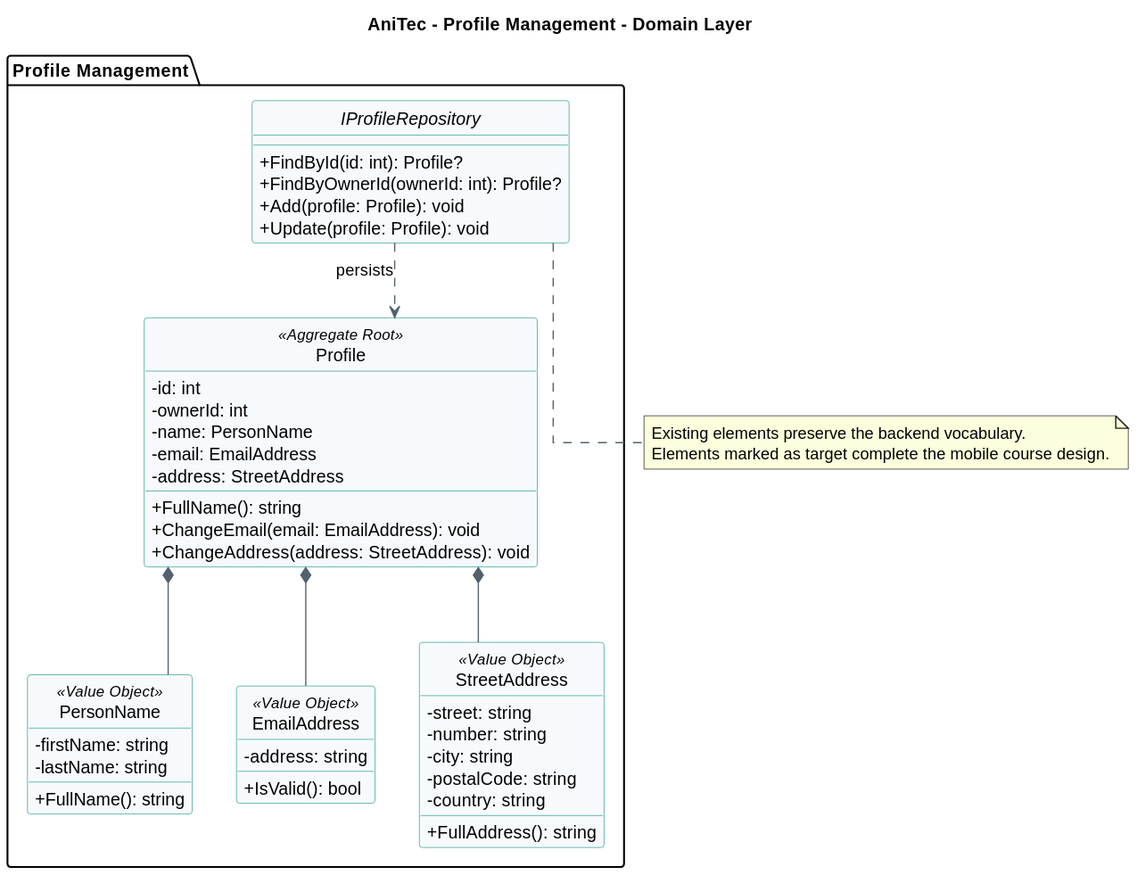
Earlier version of the PlantUML export markdown/assets/codefordiagrams/2-6-2-Bounded-Context-Profile-Management/2-6-2-domain-layer-class-diagram.svg (ADM-1ACC0238-2620-13975-Grupo01/Informe). Its diagram source:
```plantuml
@startuml
title AniTec - Profile Management - Domain Layer
hide circle
skinparam classAttributeIconSize 0
skinparam shadowing false
skinparam linetype ortho
skinparam class {
  BackgroundColor #F7FAFC
  BorderColor #2A9D8F
  ArrowColor #52616B
}

package "Profile Management" {
class Profile <<Aggregate Root>> {
  -id: int
  -ownerId: int
  -name: PersonName
  -email: EmailAddress
  -address: StreetAddress
  +FullName(): string
  +ChangeEmail(email: EmailAddress): void
  +ChangeAddress(address: StreetAddress): void
}
class PersonName <<Value Object>> {
  -firstName: string
  -lastName: string
  +FullName(): string
}
class EmailAddress <<Value Object>> {
  -address: string
  +IsValid(): bool
}
class StreetAddress <<Value Object>> {
  -street: string
  -number: string
  -city: string
  -postalCode: string
  -country: string
  +FullAddress(): string
}
interface IProfileRepository {
  +FindById(id: int): Profile?
  +FindByOwnerId(ownerId: int): Profile?
  +Add(profile: Profile): void
  +Update(profile: Profile): void
}
Profile *-- PersonName
Profile *-- EmailAddress
Profile *-- StreetAddress
IProfileRepository ..> Profile : persists
}

note bottom
  Existing elements preserve the backend vocabulary.
  Elements marked as target complete the mobile course design.
end note
@enduml
```
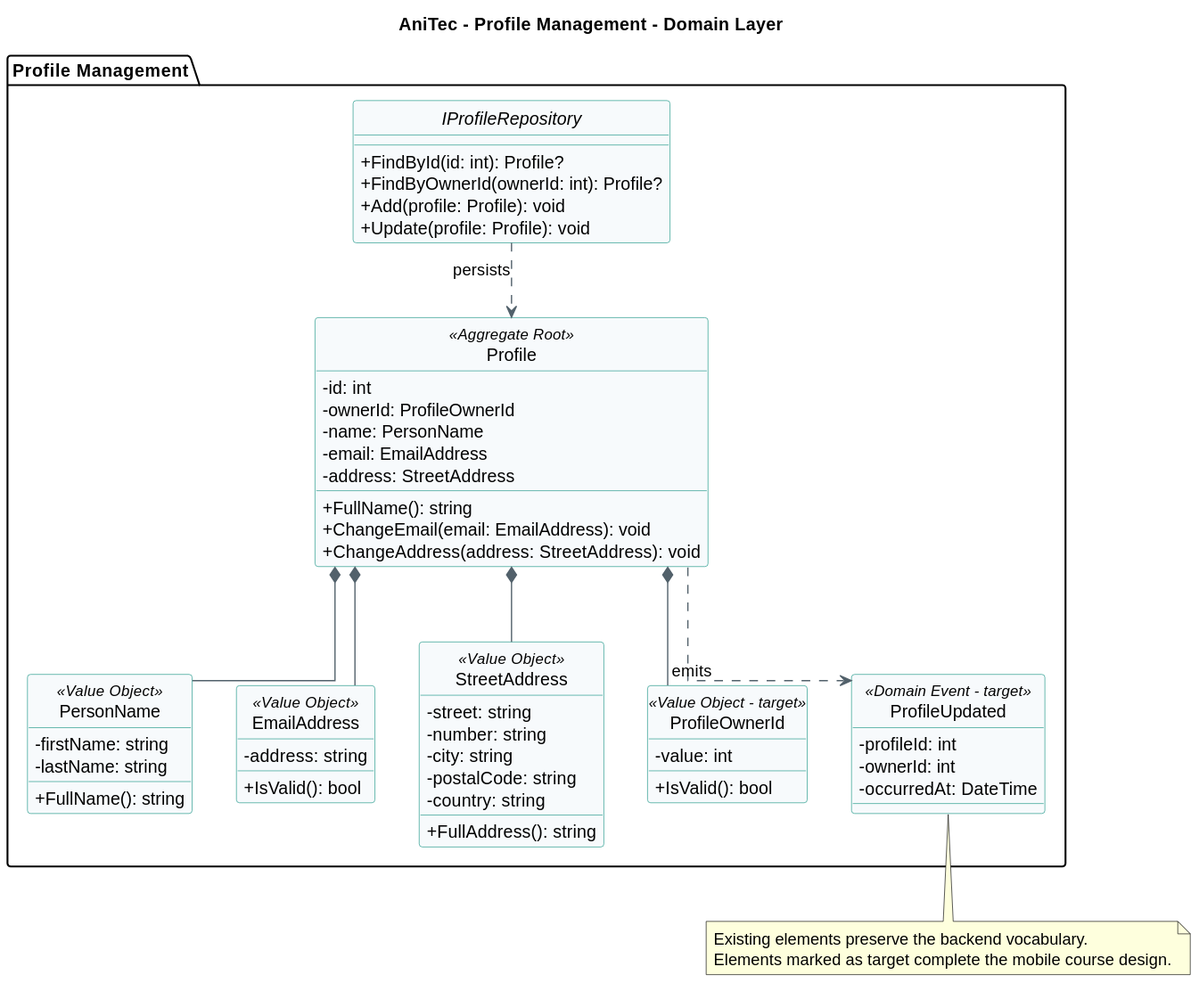
The same file after the commit.

Change to the diagram source:
```diff
@@ -13,7 +13,7 @@
 package "Profile Management" {
 class Profile <<Aggregate Root>> {
   -id: int
-  -ownerId: int
+  -ownerId: ProfileOwnerId
   -name: PersonName
   -email: EmailAddress
   -address: StreetAddress
@@ -48,6 +48,17 @@
 Profile *-- EmailAddress
 Profile *-- StreetAddress
 IProfileRepository ..> Profile : persists
+class ProfileOwnerId <<Value Object - target>> {
+  -value: int
+  +IsValid(): bool
+}
+class ProfileUpdated <<Domain Event - target>> {
+  -profileId: int
+  -ownerId: int
+  -occurredAt: DateTime
+}
+Profile *-- ProfileOwnerId
+Profile ..> ProfileUpdated : emits
 }
 
 note bottom
```
